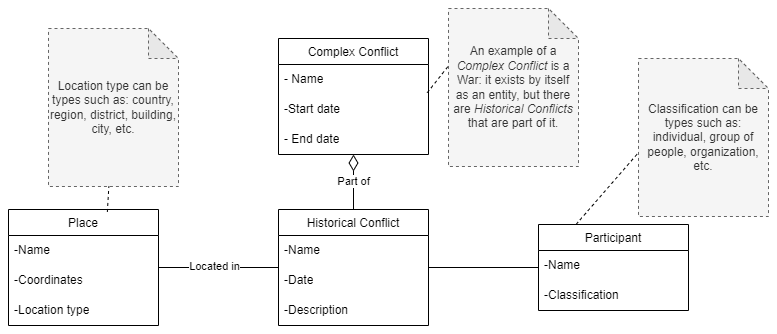
The draw.io diagram documentation/conceptualmodel.png in DinisSousa2003/Historical-Events-Search-Engine, before a commit. Source tidied: cells renumbered, new cells last; positions are measured from the earlier drawing's top-left corner, leaving out a move shared by most shapes.
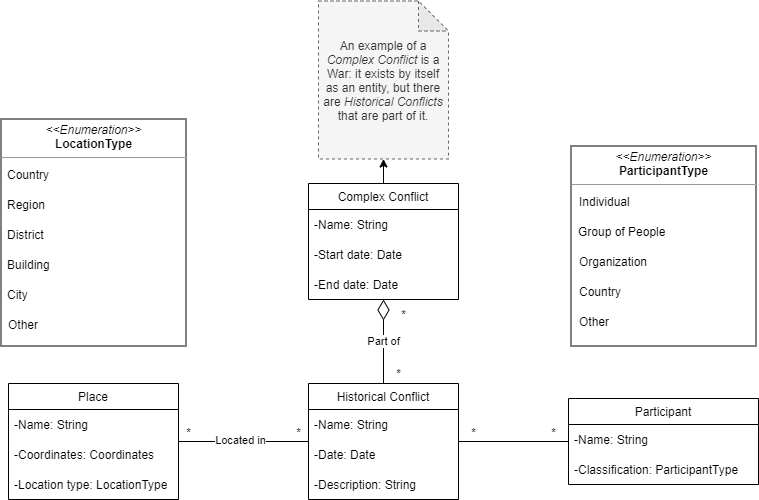
Above is the later version.

What changed in the source:
```diff
@@ -5,44 +5,47 @@
     <mxCell id="2" style="edgeStyle=orthogonalEdgeStyle;rounded=0;jettySize=auto;html=1;entryX=0;entryY=0.5;entryDx=0;entryDy=0;endArrow=none;endFill=0;" parent="1" edge="1" source="4" target="8">
       <mxGeometry relative="1" as="geometry" />
     </mxCell>
-    <mxCell id="3" value="Part of" style="edgeStyle=orthogonalEdgeStyle;rounded=0;jettySize=auto;html=1;entryX=0.5;entryY=1;entryDx=0;entryDy=0;endArrow=diamondThin;endFill=0;strokeWidth=1;endSize=14;" parent="1" edge="1" source="4" target="11">
+    <mxCell id="3" value="Part of" style="edgeStyle=orthogonalEdgeStyle;rounded=0;jettySize=auto;html=1;entryX=0.5;entryY=1;entryDx=0;entryDy=0;endArrow=diamondThin;endFill=0;strokeWidth=1;endSize=18;" parent="1" edge="1" source="4" target="11">
       <mxGeometry relative="1" as="geometry" />
     </mxCell>
     <mxCell id="4" value="Historical Conflict" style="swimlane;fontStyle=0;align=center;verticalAlign=top;horizontal=1;startSize=26;rounded=0;shadow=0;strokeWidth=1;" parent="1" vertex="1">
-      <mxGeometry x="270" y="201" width="150" height="116" as="geometry" />
+      <mxGeometry x="270" y="230" width="150" height="116" as="geometry" />
     </mxCell>
-    <mxCell id="5" value="-Name" style="text;strokeColor=none;fillColor=none;align=left;verticalAlign=middle;spacingLeft=4;spacingRight=4;overflow=hidden;whiteSpace=wrap;html=1;" parent="4" vertex="1">
+    <mxCell id="5" value="-Name: String" style="text;strokeColor=none;fillColor=none;align=left;verticalAlign=middle;spacingLeft=4;spacingRight=4;overflow=hidden;whiteSpace=wrap;html=1;" parent="4" vertex="1">
       <mxGeometry y="26" width="150" height="30" as="geometry" />
     </mxCell>
-    <mxCell id="6" value="-Date" style="text;strokeColor=none;fillColor=none;align=left;verticalAlign=middle;spacingLeft=4;spacingRight=4;overflow=hidden;whiteSpace=wrap;html=1;" parent="4" vertex="1">
+    <mxCell id="6" value="-Date: Date" style="text;strokeColor=none;fillColor=none;align=left;verticalAlign=middle;spacingLeft=4;spacingRight=4;overflow=hidden;whiteSpace=wrap;html=1;" parent="4" vertex="1">
       <mxGeometry y="56" width="150" height="30" as="geometry" />
     </mxCell>
-    <mxCell id="7" value="-Description" style="text;strokeColor=none;fillColor=none;align=left;verticalAlign=middle;spacingLeft=4;spacingRight=4;overflow=hidden;whiteSpace=wrap;html=1;" parent="4" vertex="1">
+    <mxCell id="7" value="-Description: String" style="text;strokeColor=none;fillColor=none;align=left;verticalAlign=middle;spacingLeft=4;spacingRight=4;overflow=hidden;whiteSpace=wrap;html=1;" parent="4" vertex="1">
       <mxGeometry y="86" width="150" height="30" as="geometry" />
     </mxCell>
     <mxCell id="8" value="Participant" style="swimlane;fontStyle=0;align=center;verticalAlign=top;horizontal=1;startSize=26;rounded=0;shadow=0;strokeWidth=1;" parent="1" vertex="1">
-      <mxGeometry x="530" y="216" width="150" height="86" as="geometry" />
+      <mxGeometry x="530" y="245" width="190" height="86" as="geometry" />
     </mxCell>
-    <mxCell id="9" value="-Name" style="text;strokeColor=none;fillColor=none;align=left;verticalAlign=middle;spacingLeft=4;spacingRight=4;overflow=hidden;whiteSpace=wrap;html=1;" parent="8" vertex="1">
-      <mxGeometry y="26" width="150" height="30" as="geometry" />
+    <mxCell id="9" value="-Name: String" style="text;strokeColor=none;fillColor=none;align=left;verticalAlign=middle;spacingLeft=4;spacingRight=4;overflow=hidden;whiteSpace=wrap;html=1;" parent="8" vertex="1">
+      <mxGeometry y="26" width="190" height="30" as="geometry" />
     </mxCell>
-    <mxCell id="10" value="-Classification" style="text;strokeColor=none;fillColor=none;align=left;verticalAlign=middle;spacingLeft=4;spacingRight=4;overflow=hidden;whiteSpace=wrap;html=1;" parent="8" vertex="1">
-      <mxGeometry y="56" width="150" height="30" as="geometry" />
+    <mxCell id="10" value="-Classification: ParticipantType" style="text;strokeColor=none;fillColor=none;align=left;verticalAlign=middle;spacingLeft=4;spacingRight=4;overflow=hidden;whiteSpace=wrap;html=1;" parent="8" vertex="1">
+      <mxGeometry y="56" width="190" height="30" as="geometry" />
     </mxCell>
+    <mxCell id="27" style="edgeStyle=orthogonalEdgeStyle;rounded=0;jettySize=auto;html=1;entryX=0.5;entryY=1;entryDx=0;entryDy=0;entryPerimeter=0;" parent="1" edge="1" source="11" target="15">
+      <mxGeometry relative="1" as="geometry" />
+    </mxCell>
     <mxCell id="11" value="Complex Conflict" style="swimlane;fontStyle=0;align=center;verticalAlign=top;horizontal=1;startSize=26;rounded=0;shadow=0;strokeWidth=1;" parent="1" vertex="1">
       <mxGeometry x="270" y="30" width="150" height="116" as="geometry" />
     </mxCell>
-    <mxCell id="12" value="- Name" style="text;strokeColor=none;fillColor=none;align=left;verticalAlign=middle;spacingLeft=4;spacingRight=4;overflow=hidden;whiteSpace=wrap;html=1;" parent="11" vertex="1">
+    <mxCell id="12" value="-Name: String" style="text;strokeColor=none;fillColor=none;align=left;verticalAlign=middle;spacingLeft=4;spacingRight=4;overflow=hidden;whiteSpace=wrap;html=1;" parent="11" vertex="1">
       <mxGeometry y="26" width="150" height="30" as="geometry" />
     </mxCell>
-    <mxCell id="13" value="-Start date" style="text;strokeColor=none;fillColor=none;align=left;verticalAlign=middle;spacingLeft=4;spacingRight=4;overflow=hidden;points=[[0,0.5],[1,0.5]];portConstraint=eastwest;whiteSpace=wrap;html=1;" parent="11" vertex="1">
+    <mxCell id="13" value="-Start date: Date" style="text;strokeColor=none;fillColor=none;align=left;verticalAlign=middle;spacingLeft=4;spacingRight=4;overflow=hidden;points=[[0,0.5],[1,0.5]];portConstraint=eastwest;whiteSpace=wrap;html=1;" parent="11" vertex="1">
       <mxGeometry y="56" width="150" height="30" as="geometry" />
     </mxCell>
-    <mxCell id="14" value="- End date" style="text;strokeColor=none;fillColor=none;align=left;verticalAlign=middle;spacingLeft=4;spacingRight=4;overflow=hidden;whiteSpace=wrap;html=1;" parent="11" vertex="1">
+    <mxCell id="14" value="-End date: Date" style="text;strokeColor=none;fillColor=none;align=left;verticalAlign=middle;spacingLeft=4;spacingRight=4;overflow=hidden;whiteSpace=wrap;html=1;" parent="11" vertex="1">
       <mxGeometry y="86" width="150" height="30" as="geometry" />
     </mxCell>
     <mxCell id="15" value="An example of a &lt;i&gt;Complex Conflict&lt;/i&gt; is a War: it exists by itself as an entity, but there are &lt;i&gt;Historical Conflicts&lt;/i&gt; that are part of it." style="shape=note;whiteSpace=wrap;html=1;backgroundOutline=1;darkOpacity=0.05;fillColor=#f5f5f5;fontColor=#333333;strokeColor=#666666;dashed=1;" parent="1" vertex="1">
-      <mxGeometry x="440" width="130" height="158" as="geometry" />
+      <mxGeometry x="280" y="-152.5" width="130" height="158" as="geometry" />
     </mxCell>
     <mxCell id="16" style="edgeStyle=orthogonalEdgeStyle;rounded=0;jettySize=auto;html=1;endArrow=none;endFill=0;" parent="1" edge="1" source="18" target="4">
       <mxGeometry relative="1" as="geometry" />
@@ -53,31 +56,73 @@
       </mxGeometry>
     </mxCell>
     <mxCell id="18" value="Place" style="swimlane;fontStyle=0;align=center;verticalAlign=top;horizontal=1;startSize=26;rounded=0;shadow=0;strokeWidth=1;" parent="1" vertex="1">
-      <mxGeometry y="201" width="150" height="116" as="geometry" />
+      <mxGeometry x="-30" y="230" width="170" height="116" as="geometry" />
     </mxCell>
-    <mxCell id="19" value="-Name" style="text;strokeColor=none;fillColor=none;align=left;verticalAlign=middle;spacingLeft=4;spacingRight=4;overflow=hidden;whiteSpace=wrap;html=1;" parent="18" vertex="1">
-      <mxGeometry y="26" width="150" height="30" as="geometry" />
+    <mxCell id="19" value="-Name: String" style="text;strokeColor=none;fillColor=none;align=left;verticalAlign=middle;spacingLeft=4;spacingRight=4;overflow=hidden;whiteSpace=wrap;html=1;" parent="18" vertex="1">
+      <mxGeometry y="26" width="170" height="30" as="geometry" />
     </mxCell>
-    <mxCell id="20" value="-Coordinates" style="text;strokeColor=none;fillColor=none;align=left;verticalAlign=middle;spacingLeft=4;spacingRight=4;overflow=hidden;whiteSpace=wrap;html=1;" parent="18" vertex="1">
-      <mxGeometry y="56" width="150" height="30" as="geometry" />
+    <mxCell id="20" value="-Coordinates: Coordinates" style="text;strokeColor=none;fillColor=none;align=left;verticalAlign=middle;spacingLeft=4;spacingRight=4;overflow=hidden;whiteSpace=wrap;html=1;" parent="18" vertex="1">
+      <mxGeometry y="56" width="170" height="30" as="geometry" />
     </mxCell>
-    <mxCell id="21" value="-Location type" style="text;strokeColor=none;fillColor=none;align=left;verticalAlign=middle;spacingLeft=4;spacingRight=4;overflow=hidden;whiteSpace=wrap;html=1;" parent="18" vertex="1">
-      <mxGeometry y="86" width="150" height="30" as="geometry" />
+    <mxCell id="21" value="-Location type: LocationType" style="text;strokeColor=none;fillColor=none;align=left;verticalAlign=middle;spacingLeft=4;spacingRight=4;overflow=hidden;whiteSpace=wrap;html=1;" parent="18" vertex="1">
+      <mxGeometry y="86" width="170" height="30" as="geometry" />
     </mxCell>
-    <mxCell id="22" value="Classification can be types such as: individual, group of people, organization, etc." style="shape=note;whiteSpace=wrap;html=1;backgroundOutline=1;darkOpacity=0.05;fillColor=#f5f5f5;fontColor=#333333;strokeColor=#666666;dashed=1;" parent="1" vertex="1">
-      <mxGeometry x="630" y="50" width="130" height="158" as="geometry" />
-    </mxCell>
-    <mxCell id="23" value="Location type can be types such as: country, region, district, building, city, etc." style="shape=note;whiteSpace=wrap;html=1;backgroundOutline=1;darkOpacity=0.05;fillColor=#f5f5f5;fontColor=#333333;strokeColor=#666666;dashed=1;" parent="1" vertex="1">
-      <mxGeometry x="40" y="20" width="130" height="158" as="geometry" />
-    </mxCell>
-    <mxCell id="24" style="endArrow=none;dashed=1;html=1;rounded=0;exitX=0.659;exitY=0.021;exitDx=0;exitDy=0;exitPerimeter=0;" parent="1" edge="1" source="18" target="23">
-      <mxGeometry relative="1" as="geometry" />
-    </mxCell>
-    <mxCell id="25" style="endArrow=none;dashed=1;html=1;rounded=0;exitX=0.992;exitY=-0.06;exitDx=0;exitDy=0;exitPerimeter=0;entryX=-0.003;entryY=0.366;entryDx=0;entryDy=0;entryPerimeter=0;" parent="1" edge="1" source="13" target="15">
-      <mxGeometry relative="1" as="geometry" />
-    </mxCell>
-    <mxCell id="26" style="endArrow=none;dashed=1;html=1;rounded=0;entryX=-0.006;entryY=0.601;entryDx=0;entryDy=0;entryPerimeter=0;exitX=0.25;exitY=0;exitDx=0;exitDy=0;" parent="1" edge="1" source="8" target="22">
-      <mxGeometry relative="1" as="geometry" />
-    </mxCell>
+    <mxCell id="28" value="*" style="text;html=1;align=center;verticalAlign=middle;strokeColor=none;fillColor=none;" parent="1" vertex="1">
+      <mxGeometry x="140" y="269" width="20" height="20" as="geometry" />
+    </mxCell>
+    <mxCell id="29" value="*" style="text;html=1;align=center;verticalAlign=middle;strokeColor=none;fillColor=none;" parent="1" vertex="1">
+      <mxGeometry x="245" y="264" width="30" height="30" as="geometry" />
+    </mxCell>
+    <mxCell id="30" value="*" style="text;html=1;align=center;verticalAlign=middle;strokeColor=none;fillColor=none;" parent="1" vertex="1">
+      <mxGeometry x="500" y="264" width="30" height="30" as="geometry" />
+    </mxCell>
+    <mxCell id="31" value="*" style="text;html=1;align=center;verticalAlign=middle;strokeColor=none;fillColor=none;" parent="1" vertex="1">
+      <mxGeometry x="420" y="264" width="30" height="30" as="geometry" />
+    </mxCell>
+    <mxCell id="32" value="*" style="text;html=1;align=center;verticalAlign=middle;strokeColor=none;fillColor=none;" parent="1" vertex="1">
+      <mxGeometry x="345" y="205" width="30" height="30" as="geometry" />
+    </mxCell>
+    <mxCell id="33" value="*" style="text;html=1;align=center;verticalAlign=middle;strokeColor=none;fillColor=none;" parent="1" vertex="1">
+      <mxGeometry x="355" y="151" width="20" height="20" as="geometry" />
+    </mxCell>
+    <mxCell id="34" value="&lt;p style=&quot;margin: 0px ; margin-top: 4px ; text-align: center&quot;&gt;&lt;i&gt;&amp;lt;&amp;lt;Enumeration&amp;gt;&amp;gt;&lt;/i&gt;&lt;br&gt;&lt;b&gt;LocationType&lt;/b&gt;&lt;/p&gt;&lt;hr size=&quot;1&quot;&gt;&lt;p style=&quot;margin: 0px ; margin-left: 4px&quot;&gt;&lt;span style=&quot;color: rgba(0 , 0 , 0 , 0) ; font-family: monospace ; font-size: 0px&quot;&gt;%3CmxGraphModel%3E%3Croot%3E%3CmxCell%20id%3D%220%22%2F%3E%3CmxCell%20id%3D%221%22%20parent%3D%220%22%2F%3E%3CmxCell%20id%3D%222%22%20value%3D%22-Name%3A%20String%22%20style%3D%22text%3BstrokeColor%3Dnone%3BfillColor%3Dnone%3Balign%3Dleft%3BverticalAlign%3Dmiddle%3BspacingLeft%3D4%3BspacingRight%3D4%3Boverflow%3Dhidden%3Bpoints%3D%5B%5B0%2C0.5%5D%2C%5B1%2C0.5%5D%5D%3BportConstraint%3Deastwest%3Brotatable%3D0%3BwhiteSpace%3Dwrap%3Bhtml%3D1%3B%22%20vertex%3D%221%22%20parent%3D%221%22%3E%3CmxGeometry%20x%3D%2230%22%20y%3D%22236%22%20width%3D%22150%22%20height%3D%2230%22%20as%3D%22geometry%22%2F%3E%3C%2FmxCell%3E%3C%2Froot%3E%3C%2FmxGraphModel%3E&lt;/span&gt;&lt;br&gt;&lt;/p&gt;&lt;span style=&quot;color: rgba(0 , 0 , 0 , 0) ; font-family: monospace ; font-size: 0px&quot;&gt;%3CmxGraphModel%3E%3Croot%3E%3CmxCell%20id%3D%220%22%2F%3E%3CmxCell%20id%3D%221%22%20parent%3D%220%22%2F%3E%3CmxCell%20id%3D%222%22%20value%3D%22-Name%3A%20String%22%20style%3D%22text%3BstrokeColor%3Dnone%3BfillColor%3Dnone%3Balign%3Dleft%3BverticalAlign%3Dmiddle%3BspacingLeft%3D4%3BspacingRight%3D4%3Boverflow%3Dhidden%3Bpoints%3D%5B%5B0%2C0.5%5D%2C%5B1%2C0.5%5D%5D%3BportConstraint%3Deastwest%3Brotatable%3D0%3BwhiteSpace%3Dwrap%3Bhtml%3D1%3B%22%20vertex%3D%221%22%20parent%3D%221%22%3E%3CmxGeometry%20x%3D%2230%22%20y%3D%22236%22%20width%3D%22150%22%20height%3D%2230%22%20as%3D%22geometry%22%2F%3E%3C%2FmxCell%3E%3C%2Froot%3E%3C%2FmxGraphModel%3E&lt;/span&gt;" style="verticalAlign=top;align=left;overflow=fill;fontSize=12;fontFamily=Helvetica;html=1;" parent="1" vertex="1">
+      <mxGeometry x="-37.5" y="-34.5" width="185" height="227" as="geometry" />
+    </mxCell>
+    <mxCell id="35" value="Country" style="text;strokeColor=none;fillColor=none;align=left;verticalAlign=middle;spacingLeft=4;spacingRight=4;overflow=hidden;whiteSpace=wrap;html=1;" parent="1" vertex="1">
+      <mxGeometry x="-37.5" y="5.5" width="182.5" height="30" as="geometry" />
+    </mxCell>
+    <mxCell id="36" value="Region" style="text;strokeColor=none;fillColor=none;align=left;verticalAlign=middle;spacingLeft=4;spacingRight=4;overflow=hidden;whiteSpace=wrap;html=1;" parent="1" vertex="1">
+      <mxGeometry x="-37.5" y="35.5" width="182.5" height="30" as="geometry" />
+    </mxCell>
+    <mxCell id="37" value="Building" style="text;strokeColor=none;fillColor=none;align=left;verticalAlign=middle;spacingLeft=4;spacingRight=4;overflow=hidden;whiteSpace=wrap;html=1;" parent="1" vertex="1">
+      <mxGeometry x="-37.5" y="95.5" width="182.5" height="30" as="geometry" />
+    </mxCell>
+    <mxCell id="38" value="District" style="text;strokeColor=none;fillColor=none;align=left;verticalAlign=middle;spacingLeft=4;spacingRight=4;overflow=hidden;whiteSpace=wrap;html=1;" parent="1" vertex="1">
+      <mxGeometry x="-37.5" y="65.5" width="182.5" height="30" as="geometry" />
+    </mxCell>
+    <mxCell id="39" value="City" style="text;strokeColor=none;fillColor=none;align=left;verticalAlign=middle;spacingLeft=4;spacingRight=4;overflow=hidden;whiteSpace=wrap;html=1;" parent="1" vertex="1">
+      <mxGeometry x="-37.5" y="125.5" width="182.5" height="30" as="geometry" />
+    </mxCell>
+    <mxCell id="40" value="Other" style="text;strokeColor=none;fillColor=none;align=left;verticalAlign=middle;spacingLeft=4;spacingRight=4;overflow=hidden;whiteSpace=wrap;html=1;" parent="1" vertex="1">
+      <mxGeometry x="-36.2" y="155.5" width="182.5" height="30" as="geometry" />
+    </mxCell>
+    <mxCell id="41" value="&lt;p style=&quot;margin: 0px ; margin-top: 4px ; text-align: center&quot;&gt;&lt;i&gt;&amp;lt;&amp;lt;Enumeration&amp;gt;&amp;gt;&lt;/i&gt;&lt;br&gt;&lt;b&gt;ParticipantType&lt;/b&gt;&lt;/p&gt;&lt;hr size=&quot;1&quot;&gt;&lt;p style=&quot;margin: 0px ; margin-left: 4px&quot;&gt;&lt;span style=&quot;color: rgba(0 , 0 , 0 , 0) ; font-family: monospace ; font-size: 0px&quot;&gt;%3CmxGraphModel%3E%3Croot%3E%3CmxCell%20id%3D%220%22%2F%3E%3CmxCell%20id%3D%221%22%20parent%3D%220%22%2F%3E%3CmxCell%20id%3D%222%22%20value%3D%22-Name%3A%20String%22%20style%3D%22text%3BstrokeColor%3Dnone%3BfillColor%3Dnone%3Balign%3Dleft%3BverticalAlign%3Dmiddle%3BspacingLeft%3D4%3BspacingRight%3D4%3Boverflow%3Dhidden%3Bpoints%3D%5B%5B0%2C0.5%5D%2C%5B1%2C0.5%5D%5D%3BportConstraint%3Deastwest%3Brotatable%3D0%3BwhiteSpace%3Dwrap%3Bhtml%3D1%3B%22%20vertex%3D%221%22%20parent%3D%221%22%3E%3CmxGeometry%20x%3D%2230%22%20y%3D%22236%22%20width%3D%22150%22%20height%3D%2230%22%20as%3D%22geometry%22%2F%3E%3C%2FmxCell%3E%3C%2Froot%3E%3C%2FmxGraphModel%3E&lt;/span&gt;&lt;br&gt;&lt;/p&gt;&lt;span style=&quot;color: rgba(0 , 0 , 0 , 0) ; font-family: monospace ; font-size: 0px&quot;&gt;%3CmxGraphModel%3E%3Croot%3E%3CmxCell%20id%3D%220%22%2F%3E%3CmxCell%20id%3D%221%22%20parent%3D%220%22%2F%3E%3CmxCell%20id%3D%222%22%20value%3D%22-Name%3A%20String%22%20style%3D%22text%3BstrokeColor%3Dnone%3BfillColor%3Dnone%3Balign%3Dleft%3BverticalAlign%3Dmiddle%3BspacingLeft%3D4%3BspacingRight%3D4%3Boverflow%3Dhidden%3Bpoints%3D%5B%5B0%2C0.5%5D%2C%5B1%2C0.5%5D%5D%3BportConstraint%3Deastwest%3Brotatable%3D0%3BwhiteSpace%3Dwrap%3Bhtml%3D1%3B%22%20vertex%3D%221%22%20parent%3D%221%22%3E%3CmxGeometry%20x%3D%2230%22%20y%3D%22236%22%20width%3D%22150%22%20height%3D%2230%22%20as%3D%22geometry%22%2F%3E%3C%2FmxCell%3E%3C%2Froot%3E%3C%2FmxGraphModel%3E&lt;/span&gt;" style="verticalAlign=top;align=left;overflow=fill;fontSize=12;fontFamily=Helvetica;html=1;" parent="1" vertex="1">
+      <mxGeometry x="532.5" y="-7.5" width="185" height="200" as="geometry" />
+    </mxCell>
+    <mxCell id="42" value="Individual" style="text;strokeColor=none;fillColor=none;align=left;verticalAlign=middle;spacingLeft=4;spacingRight=4;overflow=hidden;whiteSpace=wrap;html=1;" parent="1" vertex="1">
+      <mxGeometry x="535" y="32.5" width="182.5" height="30" as="geometry" />
+    </mxCell>
+    <mxCell id="43" value="Group of People" style="text;strokeColor=none;fillColor=none;align=left;verticalAlign=middle;spacingLeft=4;spacingRight=4;overflow=hidden;whiteSpace=wrap;html=1;" parent="1" vertex="1">
+      <mxGeometry x="533.8" y="62.5" width="182.5" height="30" as="geometry" />
+    </mxCell>
+    <mxCell id="44" value="Country" style="text;strokeColor=none;fillColor=none;align=left;verticalAlign=middle;spacingLeft=4;spacingRight=4;overflow=hidden;whiteSpace=wrap;html=1;" parent="1" vertex="1">
+      <mxGeometry x="535" y="122.5" width="182.5" height="30" as="geometry" />
+    </mxCell>
+    <mxCell id="45" value="Organization" style="text;strokeColor=none;fillColor=none;align=left;verticalAlign=middle;spacingLeft=4;spacingRight=4;overflow=hidden;whiteSpace=wrap;html=1;" parent="1" vertex="1">
+      <mxGeometry x="535" y="92.5" width="182.5" height="30" as="geometry" />
+    </mxCell>
+    <mxCell id="46" value="Other" style="text;strokeColor=none;fillColor=none;align=left;verticalAlign=middle;spacingLeft=4;spacingRight=4;overflow=hidden;whiteSpace=wrap;html=1;" parent="1" vertex="1">
+      <mxGeometry x="535" y="152.5" width="182.5" height="30" as="geometry" />
+    </mxCell>
   </root>
 </mxGraphModel>
```
